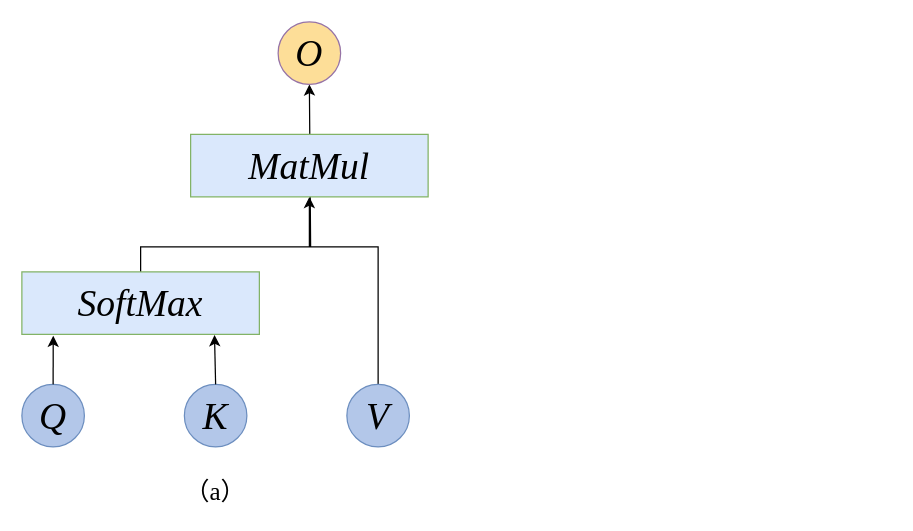
The draw.io diagram efficient_transformer/compare_att.drawio in lengyueit/paper_pic, before the edit. Source tidied: cells renumbered, new cells numbered last; positions are measured from the earlier drawing's top-left corner, leaving out a move shared by most shapes. Both pictures are drawn from the tidied source at 125%, with x=0, y=0 at pixel (21, 21).
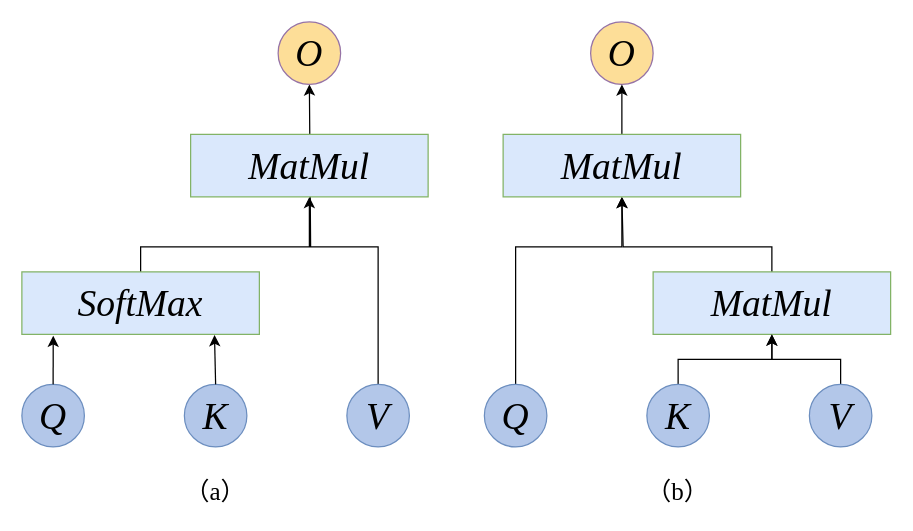
Above is the later version.

Diff of the diagram source:
```diff
@@
+    <mxCell id="13" style="edgeStyle=orthogonalEdgeStyle;rounded=0;jettySize=auto;html=1;exitX=0.5;exitY=0;exitDx=0;exitDy=0;" parent="1" edge="1" source="14">
+      <mxGeometry relative="1" as="geometry">
+        <mxPoint x="480" y="140" as="targetPoint" />
+        <Array as="points">
+          <mxPoint x="600" y="180" />
+          <mxPoint x="481" y="180" />
+        </Array>
+      </mxGeometry>
+    </mxCell>
+    <mxCell id="14" value="MatMul" style="rounded=0;whiteSpace=wrap;html=1;fontFamily=Times New Roman;fontSize=30;fontStyle=2;fillColor=#dae8fc;strokeColor=#82b366;" parent="1" vertex="1">
+      <mxGeometry x="505" y="200" width="190" height="50" as="geometry" />
+    </mxCell>
+    <mxCell id="15" style="edgeStyle=orthogonalEdgeStyle;rounded=0;jettySize=auto;html=1;exitX=0.5;exitY=0;exitDx=0;exitDy=0;entryX=0.5;entryY=1;entryDx=0;entryDy=0;" parent="1" edge="1" source="16" target="24">
+      <mxGeometry relative="1" as="geometry">
+        <Array as="points">
+          <mxPoint x="395" y="180" />
+          <mxPoint x="480" y="180" />
+        </Array>
+      </mxGeometry>
+    </mxCell>
+    <mxCell id="16" value="&lt;i&gt;Q&lt;/i&gt;" style="ellipse;whiteSpace=wrap;html=1;fontFamily=Times New Roman;fontSize=30;fillColor=#b3c7e9;strokeColor=#6c8ebf;" parent="1" vertex="1">
+      <mxGeometry x="370" y="290" width="50" height="50" as="geometry" />
+    </mxCell>
+    <mxCell id="17" style="edgeStyle=orthogonalEdgeStyle;rounded=0;jettySize=auto;html=1;exitX=0.5;exitY=0;exitDx=0;exitDy=0;entryX=0.5;entryY=1;entryDx=0;entryDy=0;" parent="1" edge="1" source="18" target="14">
+      <mxGeometry relative="1" as="geometry" />
+    </mxCell>
+    <mxCell id="18" value="&lt;i&gt;K&lt;/i&gt;" style="ellipse;whiteSpace=wrap;html=1;fontFamily=Times New Roman;fontSize=30;fillColor=#B3C7E9;strokeColor=#6c8ebf;" parent="1" vertex="1">
+      <mxGeometry x="500" y="290" width="50" height="50" as="geometry" />
+    </mxCell>
+    <mxCell id="19" style="edgeStyle=orthogonalEdgeStyle;rounded=0;jettySize=auto;html=1;exitX=0.5;exitY=0;exitDx=0;exitDy=0;entryX=0.5;entryY=1;entryDx=0;entryDy=0;" parent="1" edge="1" source="20" target="14">
+      <mxGeometry relative="1" as="geometry" />
+    </mxCell>
+    <mxCell id="20" value="&lt;i&gt;V&lt;/i&gt;" style="ellipse;whiteSpace=wrap;html=1;fontFamily=Times New Roman;fontSize=30;fillColor=#B3C7E9;strokeColor=#6c8ebf;" parent="1" vertex="1">
+      <mxGeometry x="630" y="290" width="50" height="50" as="geometry" />
+    </mxCell>
+    <mxCell id="21" value="&lt;i&gt;O&lt;/i&gt;" style="ellipse;whiteSpace=wrap;html=1;fontFamily=Times New Roman;fontSize=30;fillColor=#fdde98;strokeColor=#9673a6;" parent="1" vertex="1">
+      <mxGeometry x="455" width="50" height="50" as="geometry" />
+    </mxCell>
+    <mxCell id="22" value="&lt;span style=&quot;font-style: normal;&quot;&gt;（b）&lt;/span&gt;" style="text;html=1;align=center;verticalAlign=middle;whiteSpace=wrap;rounded=0;fontFamily=Times New Roman;fontSize=20;fontStyle=2;" parent="1" vertex="1">
+      <mxGeometry x="495" y="360" width="60" height="30" as="geometry" />
+    </mxCell>
+    <mxCell id="23" style="edgeStyle=orthogonalEdgeStyle;rounded=0;jettySize=auto;html=1;exitX=0.5;exitY=0;exitDx=0;exitDy=0;entryX=0.5;entryY=1;entryDx=0;entryDy=0;" parent="1" edge="1" source="24" target="21">
+      <mxGeometry relative="1" as="geometry" />
+    </mxCell>
+    <mxCell id="24" value="MatMul" style="rounded=0;whiteSpace=wrap;html=1;fontFamily=Times New Roman;fontSize=30;fontStyle=2;fillColor=#dae8fc;strokeColor=#82b366;" parent="1" vertex="1">
+      <mxGeometry x="385" y="90" width="190" height="50" as="geometry" />
+    </mxCell>
```
